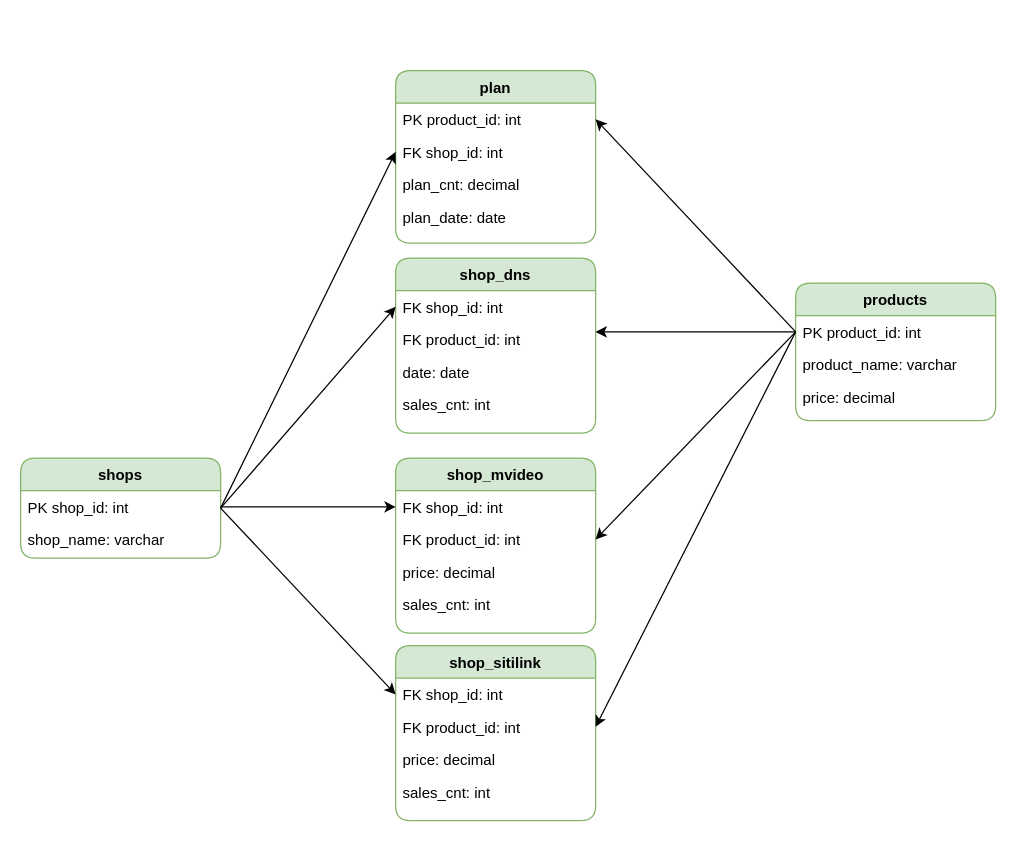
This is retail_structure.drawio from mazavlia/Theme_2.4_DWH_Base, a draw.io file, before an edit. Source tidied: cells renumbered, new cells numbered last; positions are measured from the earlier drawing's top-left corner, leaving out a move shared by most shapes. Both pictures are drawn from the tidied source at 125%, with x=0, y=0 at pixel (20, 70).
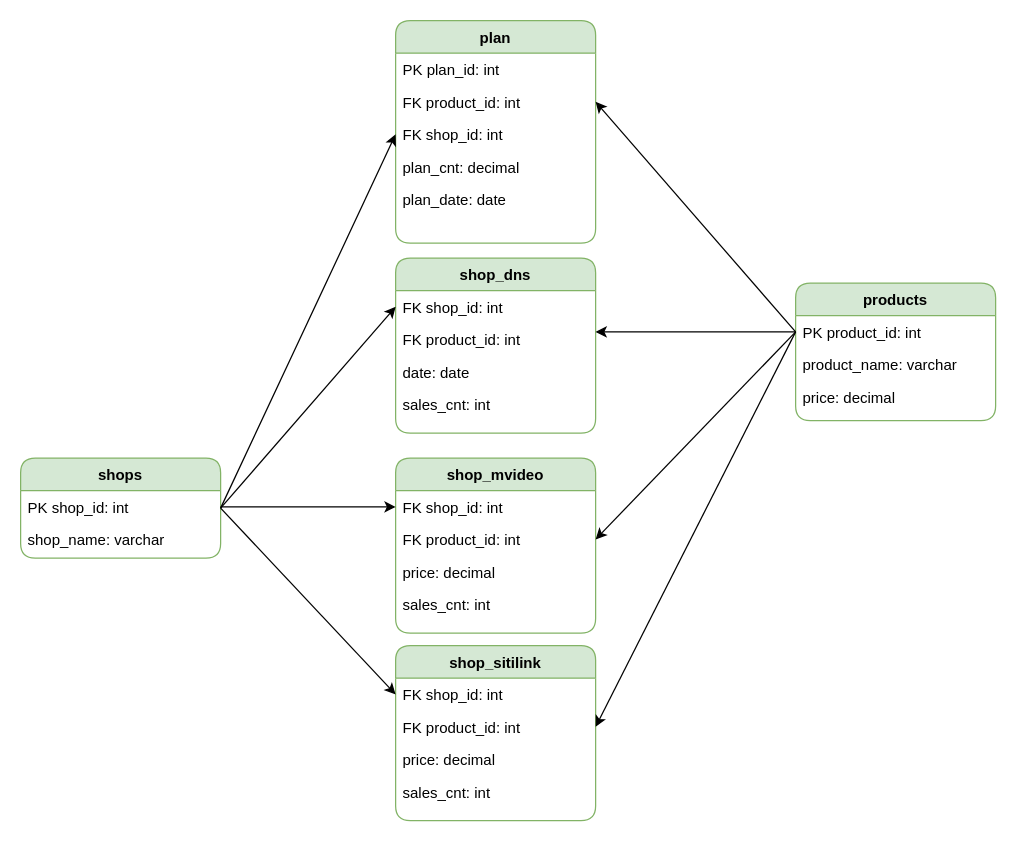
After the change.

Commit message (it also covers changes not shown here):
Changing structure, dml

The edit, as a diff of the source:
```diff
@@
     <mxCell id="2" value="plan" style="swimlane;fontStyle=1;align=center;verticalAlign=top;horizontal=1;startSize=26;rounded=1;shadow=0;strokeWidth=1;fillColor=#d5e8d4;strokeColor=#82b366;" parent="1" vertex="1">
-      <mxGeometry x="300" width="160" height="138" as="geometry" />
+      <mxGeometry x="300" y="-40" width="160" height="178" as="geometry" />
     </mxCell>
+    <mxCell id="37" value="PK plan_id: int" style="text;align=left;verticalAlign=top;spacingLeft=4;spacingRight=4;overflow=hidden;" parent="2" vertex="1">
+      <mxGeometry y="26" width="160" height="26" as="geometry" />
+    </mxCell>
-    <mxCell id="3" value="PK product_id: int" style="text;align=left;verticalAlign=top;spacingLeft=4;spacingRight=4;overflow=hidden;points=[[0,0.5],[1,0.5]];portConstraint=eastwest;" parent="2" vertex="1">
-      <mxGeometry y="26" width="160" height="26" as="geometry" />
+    <mxCell id="3" value="FK product_id: int" style="text;align=left;verticalAlign=top;spacingLeft=4;spacingRight=4;overflow=hidden;points=[[0,0.5],[1,0.5]];portConstraint=eastwest;" parent="2" vertex="1">
+      <mxGeometry y="52" width="160" height="26" as="geometry" />
     </mxCell>
     <mxCell id="4" value="FK shop_id: int" style="text;align=left;verticalAlign=top;spacingLeft=4;spacingRight=4;overflow=hidden;points=[[0,0.5],[1,0.5]];portConstraint=eastwest;rounded=0;shadow=0;html=0;" parent="2" vertex="1">
-      <mxGeometry y="52" width="160" height="26" as="geometry" />
+      <mxGeometry y="78" width="160" height="26" as="geometry" />
     </mxCell>
     <mxCell id="5" value="plan_cnt: decimal" style="text;align=left;verticalAlign=top;spacingLeft=4;spacingRight=4;overflow=hidden;rounded=0;shadow=0;html=0;" parent="2" vertex="1">
-      <mxGeometry y="78" width="160" height="26" as="geometry" />
+      <mxGeometry y="104" width="160" height="26" as="geometry" />
     </mxCell>
     <mxCell id="6" value="plan_date: date" style="text;align=left;verticalAlign=top;spacingLeft=4;spacingRight=4;overflow=hidden;rounded=0;shadow=0;html=0;" parent="2" vertex="1">
-      <mxGeometry y="104" width="160" height="26" as="geometry" />
+      <mxGeometry y="130" width="160" height="26" as="geometry" />
     </mxCell>
```
